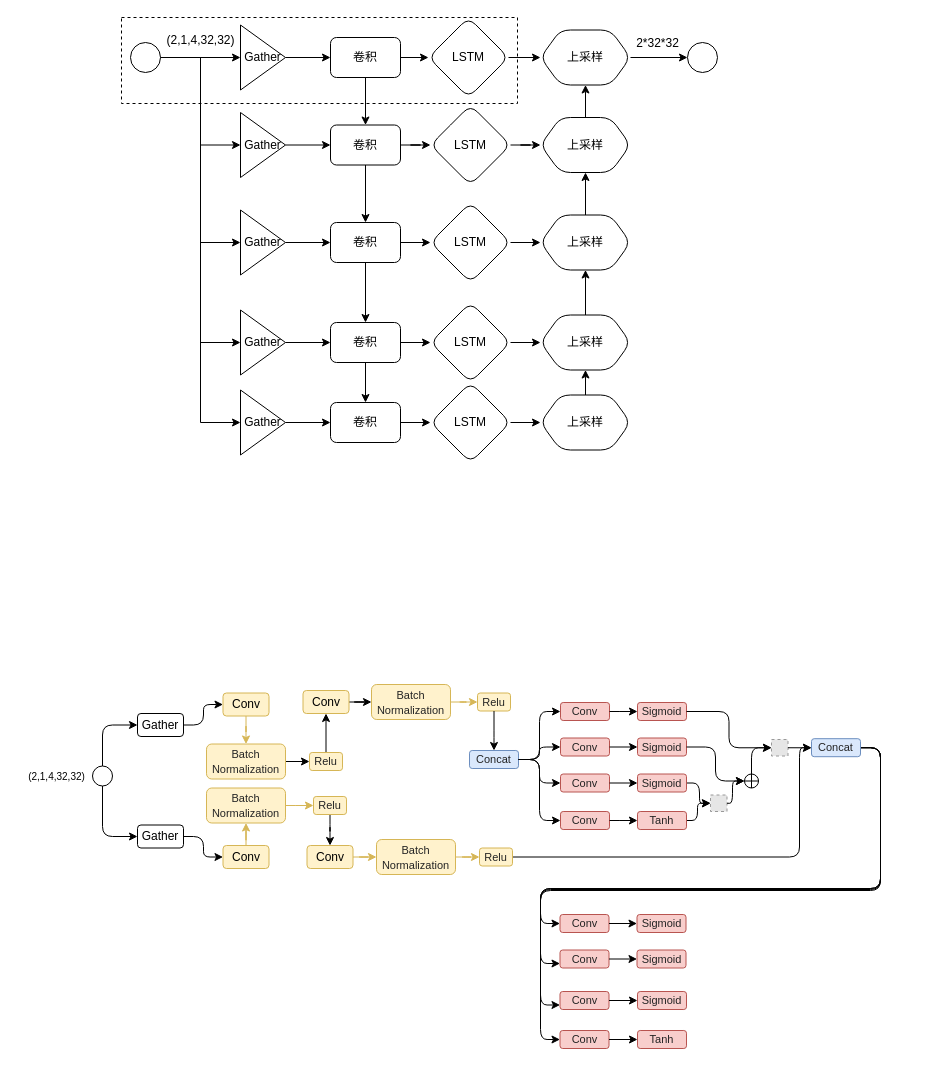
dorbodwolf/graphs_from_draw.io keeps this draw.io diagram as hainanchangedetection.drawio. Above is the earlier version. Source tidied: cells renumbered, new cells numbered last; positions are measured from the earlier drawing's top-left corner, leaving out a move shared by most shapes. Both pictures are drawn from the tidied source at 100%, with x=0, y=0 at pixel (17, 17). Pictures stored in the file or linked from it are replaced by grey dashed boxes.
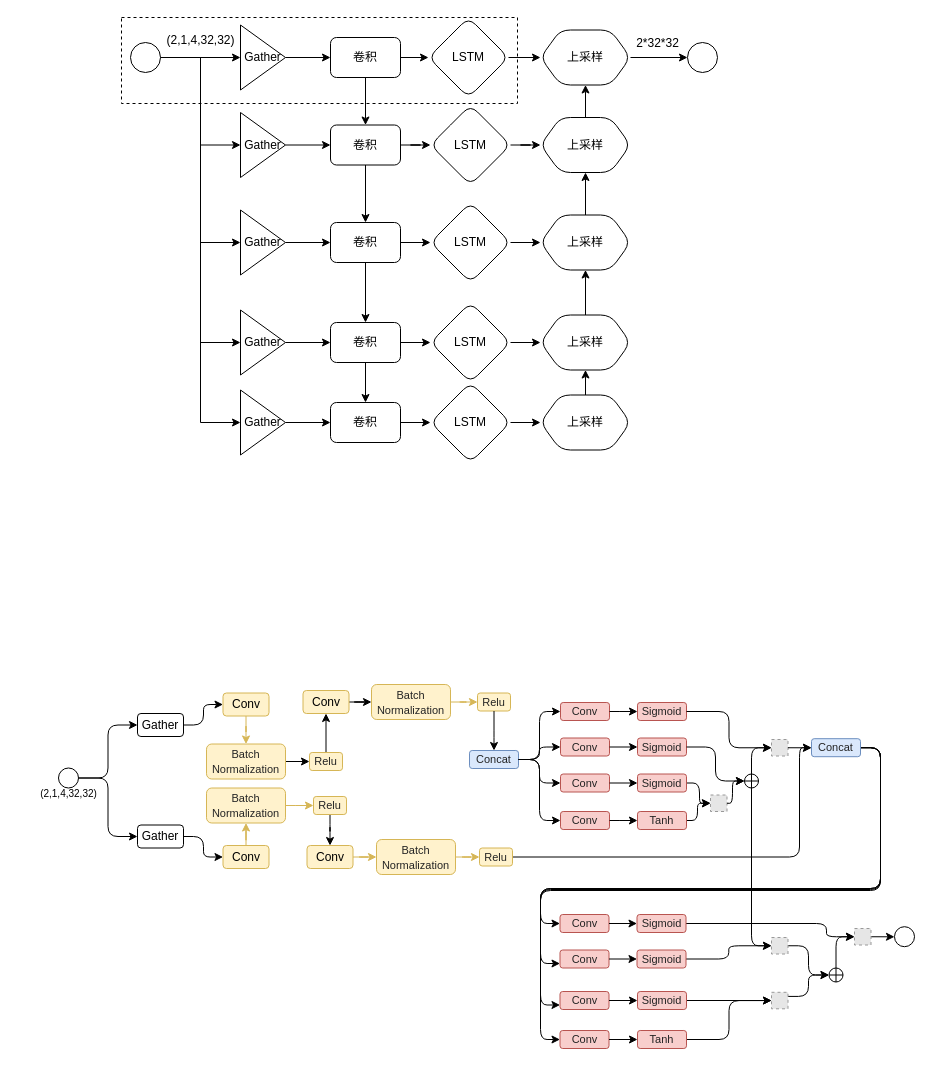
Above is the later version.

The change refers to these unchanged cells:
```xml
<mxCell id="57" value="Gather" style="rounded=1;whiteSpace=wrap;html=1;sketch=0;fillColor=none;" parent="1" vertex="1">
  <mxGeometry x="120" y="807.5" width="46" height="23" as="geometry" />
</mxCell>
<mxCell id="74" value="Gather" style="rounded=1;whiteSpace=wrap;html=1;sketch=0;fillColor=none;" parent="1" vertex="1">
  <mxGeometry x="120" y="696" width="46" height="23" as="geometry" />
</mxCell>
<mxCell id="105" style="verticalLabelPosition=bottom;verticalAlign=top;html=1;shape=mxgraph.flowchart.summing_function;rounded=0;sketch=0;fillColor=#ffffff;" parent="1" vertex="1">
  <mxGeometry x="727" y="756.5" width="14" height="14" as="geometry" />
</mxCell>
<mxCell id="120" value="&lt;font color=&quot;#242424&quot;&gt;&lt;span style=&quot;font-size: 11px&quot;&gt;Sigmoid&lt;/span&gt;&lt;/font&gt;" style="rounded=1;whiteSpace=wrap;html=1;sketch=0;fillColor=#f8cecc;strokeColor=#b85450;" parent="1" vertex="1">
  <mxGeometry x="619.5" y="897" width="49" height="18" as="geometry" />
</mxCell>
<mxCell id="122" value="&lt;font color=&quot;#242424&quot;&gt;&lt;span style=&quot;font-size: 11px&quot;&gt;Sigmoid&lt;/span&gt;&lt;/font&gt;" style="rounded=1;whiteSpace=wrap;html=1;sketch=0;fillColor=#f8cecc;strokeColor=#b85450;" parent="1" vertex="1">
  <mxGeometry x="619.5" y="932.5" width="49" height="18" as="geometry" />
</mxCell>
<mxCell id="124" value="&lt;font color=&quot;#242424&quot;&gt;&lt;span style=&quot;font-size: 11px&quot;&gt;Sigmoid&lt;/span&gt;&lt;/font&gt;" style="rounded=1;whiteSpace=wrap;html=1;sketch=0;fillColor=#f8cecc;strokeColor=#b85450;" parent="1" vertex="1">
  <mxGeometry x="620" y="974" width="49" height="18" as="geometry" />
</mxCell>
<mxCell id="126" value="&lt;font color=&quot;#242424&quot;&gt;&lt;span style=&quot;font-size: 11px&quot;&gt;Tanh&lt;br&gt;&lt;/span&gt;&lt;/font&gt;" style="rounded=1;whiteSpace=wrap;html=1;sketch=0;fillColor=#f8cecc;strokeColor=#b85450;" parent="1" vertex="1">
  <mxGeometry x="620" y="1013" width="49" height="18" as="geometry" />
</mxCell>
```

Diff of the diagram source:
```diff
@@
-    <mxCell id="70" style="edgeStyle=orthogonalEdgeStyle;curved=0;rounded=1;sketch=0;jettySize=auto;html=1;exitX=0.5;exitY=0;exitDx=0;exitDy=0;entryX=0;entryY=0.5;entryDx=0;entryDy=0;" parent="1" edge="1" source="72" target="74">
+    <mxCell id="70" style="edgeStyle=orthogonalEdgeStyle;curved=0;rounded=1;sketch=0;jettySize=auto;html=1;exitX=1;exitY=0.5;exitDx=0;exitDy=0;entryX=0;entryY=0.5;entryDx=0;entryDy=0;" parent="1" edge="1" source="72" target="74">
       <mxGeometry relative="1" as="geometry" />
     </mxCell>
-    <mxCell id="71" style="edgeStyle=orthogonalEdgeStyle;curved=0;rounded=1;sketch=0;jettySize=auto;html=1;exitX=0.5;exitY=1;exitDx=0;exitDy=0;entryX=0;entryY=0.5;entryDx=0;entryDy=0;" parent="1" edge="1" source="72" target="57">
+    <mxCell id="71" style="edgeStyle=orthogonalEdgeStyle;curved=0;rounded=1;sketch=0;jettySize=auto;html=1;exitX=1;exitY=0.5;exitDx=0;exitDy=0;entryX=0;entryY=0.5;entryDx=0;entryDy=0;" parent="1" edge="1" source="72" target="57">
       <mxGeometry relative="1" as="geometry" />
     </mxCell>
     <mxCell id="72" style="ellipse;whiteSpace=wrap;html=1;" parent="1" vertex="1">
-      <mxGeometry x="75" y="748.5" width="20" height="20" as="geometry" />
+      <mxGeometry x="41" y="750.5" width="20" height="20" as="geometry" />
     </mxCell>
@@
     <mxCell id="75" value="&lt;p&gt;&lt;font style=&quot;font-size: 10px&quot;&gt;(2,1,4,32,32)&lt;/font&gt;&lt;/p&gt;" style="text;html=1;align=center;verticalAlign=middle;" parent="1" vertex="1">
-      <mxGeometry y="737.5" width="78" height="42" as="geometry" />
+      <mxGeometry x="12" y="755" width="78" height="42" as="geometry" />
     </mxCell>
@@
+    <mxCell id="132" style="edgeStyle=orthogonalEdgeStyle;curved=0;rounded=1;sketch=0;jettySize=auto;html=1;exitX=0.5;exitY=1;exitDx=0;exitDy=0;exitPerimeter=0;entryX=0;entryY=0.5;entryDx=0;entryDy=0;" parent="1" edge="1" source="105" target="138">
+      <mxGeometry relative="1" as="geometry" />
+    </mxCell>
@@
+    <mxCell id="133" style="edgeStyle=orthogonalEdgeStyle;curved=0;rounded=1;sketch=0;jettySize=auto;html=1;exitX=1;exitY=0.5;exitDx=0;exitDy=0;entryX=0;entryY=0.5;entryDx=0;entryDy=0;" parent="1" edge="1" source="120" target="144">
+      <mxGeometry relative="1" as="geometry">
+        <Array as="points">
+          <mxPoint x="809" y="906" />
+        </Array>
+      </mxGeometry>
+    </mxCell>
@@
+    <mxCell id="134" style="edgeStyle=orthogonalEdgeStyle;curved=0;rounded=1;sketch=0;jettySize=auto;html=1;exitX=1;exitY=0.5;exitDx=0;exitDy=0;entryX=0;entryY=0.5;entryDx=0;entryDy=0;" parent="1" edge="1" source="122" target="138">
+      <mxGeometry relative="1" as="geometry" />
+    </mxCell>
@@
+    <mxCell id="135" style="edgeStyle=orthogonalEdgeStyle;curved=0;rounded=1;sketch=0;jettySize=auto;html=1;exitX=1;exitY=0.5;exitDx=0;exitDy=0;entryX=0;entryY=0.5;entryDx=0;entryDy=0;" parent="1" edge="1" source="124" target="140">
+      <mxGeometry relative="1" as="geometry" />
+    </mxCell>
@@
+    <mxCell id="136" style="edgeStyle=orthogonalEdgeStyle;curved=0;rounded=1;sketch=0;jettySize=auto;html=1;exitX=1;exitY=0.5;exitDx=0;exitDy=0;entryX=0;entryY=0.5;entryDx=0;entryDy=0;" parent="1" edge="1" source="126" target="140">
+      <mxGeometry relative="1" as="geometry" />
+    </mxCell>
@@
+    <mxCell id="137" style="edgeStyle=orthogonalEdgeStyle;curved=0;rounded=1;sketch=0;jettySize=auto;html=1;exitX=1;exitY=0.5;exitDx=0;exitDy=0;entryX=0;entryY=0.5;entryDx=0;entryDy=0;entryPerimeter=0;" parent="1" edge="1" source="138" target="142">
+      <mxGeometry relative="1" as="geometry" />
+    </mxCell>
+    <mxCell id="138" style="fillColor=#E6E6E6;strokeColor=#999999;dashed=1;html=1;verticalAlign=top;verticalLabelPosition=bottom;labelBackgroundColor=#ffffff;" parent="1" vertex="1">
+      <mxGeometry x="754" y="920" width="16.5" height="16.5" as="geometry" />
+    </mxCell>
+    <mxCell id="139" style="edgeStyle=orthogonalEdgeStyle;curved=0;rounded=1;sketch=0;jettySize=auto;html=1;exitX=1;exitY=0.25;exitDx=0;exitDy=0;entryX=0;entryY=0.5;entryDx=0;entryDy=0;entryPerimeter=0;" parent="1" edge="1" source="140" target="142">
+      <mxGeometry relative="1" as="geometry" />
+    </mxCell>
+    <mxCell id="140" style="fillColor=#E6E6E6;strokeColor=#999999;dashed=1;html=1;verticalAlign=top;verticalLabelPosition=bottom;labelBackgroundColor=#ffffff;" parent="1" vertex="1">
+      <mxGeometry x="754" y="974.8" width="16.5" height="16.5" as="geometry" />
+    </mxCell>
+    <mxCell id="141" style="edgeStyle=orthogonalEdgeStyle;curved=0;rounded=1;sketch=0;jettySize=auto;html=1;exitX=0.5;exitY=0;exitDx=0;exitDy=0;exitPerimeter=0;entryX=0;entryY=0.5;entryDx=0;entryDy=0;" parent="1" edge="1" source="142" target="144">
+      <mxGeometry relative="1" as="geometry">
+        <Array as="points">
+          <mxPoint x="819" y="919" />
+        </Array>
+      </mxGeometry>
+    </mxCell>
+    <mxCell id="142" style="verticalLabelPosition=bottom;verticalAlign=top;html=1;shape=mxgraph.flowchart.summing_function;rounded=0;sketch=0;fillColor=#ffffff;" parent="1" vertex="1">
+      <mxGeometry x="811.5" y="950.5" width="14" height="14" as="geometry" />
+    </mxCell>
+    <mxCell id="143" style="edgeStyle=orthogonalEdgeStyle;curved=0;rounded=1;sketch=0;jettySize=auto;html=1;exitX=1;exitY=0.5;exitDx=0;exitDy=0;entryX=0;entryY=0.5;entryDx=0;entryDy=0;" parent="1" edge="1" source="144" target="145">
+      <mxGeometry relative="1" as="geometry" />
+    </mxCell>
+    <mxCell id="144" style="fillColor=#E6E6E6;strokeColor=#999999;dashed=1;html=1;verticalAlign=top;verticalLabelPosition=bottom;labelBackgroundColor=#ffffff;" parent="1" vertex="1">
+      <mxGeometry x="837" y="911" width="16.5" height="16.5" as="geometry" />
+    </mxCell>
+    <mxCell id="145" style="ellipse;whiteSpace=wrap;html=1;" parent="1" vertex="1">
+      <mxGeometry x="877" y="909.2" width="20" height="20" as="geometry" />
+    </mxCell>
```
